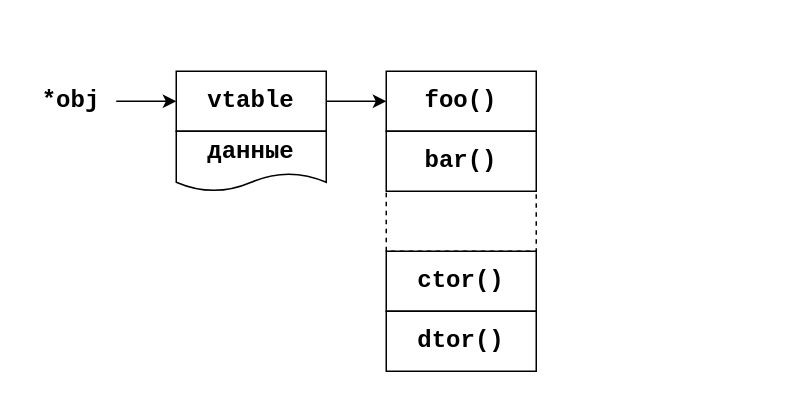
NauEngine/as keeps this draw.io diagram as docs/architecture-vtable.drawio. Above is the earlier version. Source tidied: cells renumbered, new cells numbered last; positions are measured from the earlier drawing's top-left corner, leaving out a move shared by most shapes. Both pictures are drawn from the tidied source at 150%, with x=0, y=0 at pixel (26, 70).
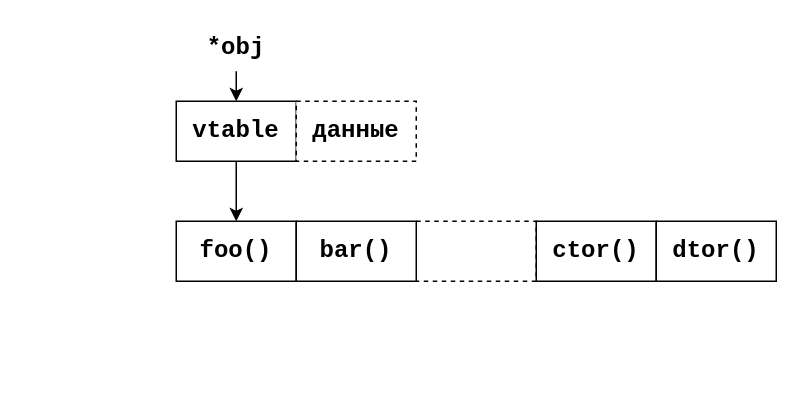
The same page after the edit.

Diff of the diagram source:
```diff
@@
 <mxGraphModel>
   <root>
     <mxCell id="0" />
     <mxCell id="1" parent="0" />
-    <mxCell id="2" style="edgeStyle=orthogonalEdgeStyle;rounded=0;jettySize=auto;html=1;" parent="1" edge="1" source="3" target="5">
+    <mxCell id="2" style="rounded=0;jettySize=auto;html=1;exitX=0.5;exitY=1;exitDx=0;exitDy=0;entryX=0.5;entryY=0;entryDx=0;entryDy=0;" parent="1" edge="1" source="3" target="5">
       <mxGeometry relative="1" as="geometry" />
     </mxCell>
     <mxCell id="3" value="*obj" style="text;html=1;align=center;verticalAlign=middle;whiteSpace=wrap;rounded=0;fontFamily=Courier New;fontStyle=1;fontSize=16;" parent="1" vertex="1">
-      <mxGeometry y="5" width="60" height="30" as="geometry" />
+      <mxGeometry x="110" y="-30" width="60" height="30" as="geometry" />
     </mxCell>
-    <mxCell id="4" style="edgeStyle=orthogonalEdgeStyle;rounded=0;jettySize=auto;html=1;entryX=0;entryY=0.5;entryDx=0;entryDy=0;" parent="1" edge="1" source="5" target="6">
+    <mxCell id="4" style="rounded=0;jettySize=auto;html=1;exitX=0.5;exitY=1;exitDx=0;exitDy=0;entryX=0.5;entryY=0;entryDx=0;entryDy=0;" parent="1" edge="1" source="5" target="6">
       <mxGeometry relative="1" as="geometry" />
     </mxCell>
     <mxCell id="5" value="vtable" style="rounded=0;whiteSpace=wrap;html=1;fontFamily=Courier New;fontSize=16;fontStyle=1;" parent="1" vertex="1">
-      <mxGeometry x="100" width="100" height="40" as="geometry" />
+      <mxGeometry x="100" y="20" width="80" height="40" as="geometry" />
     </mxCell>
     <mxCell id="6" value="foo()" style="rounded=0;whiteSpace=wrap;html=1;fontFamily=Courier New;fontSize=16;fontStyle=1;" parent="1" vertex="1">
-      <mxGeometry x="240" width="100" height="40" as="geometry" />
+      <mxGeometry x="100" y="100" width="80" height="40" as="geometry" />
     </mxCell>
-    <mxCell id="7" value="данные" style="shape=document;whiteSpace=wrap;html=1;boundedLbl=1;fontFamily=Courier New;fontSize=16;fontStyle=1;" parent="1" vertex="1">
-      <mxGeometry x="100" y="40" width="100" height="40" as="geometry" />
-    </mxCell>
     <mxCell id="8" style="rounded=0;whiteSpace=wrap;html=1;fontFamily=Courier New;fontSize=16;fontStyle=1;dashed=1;" parent="1" vertex="1">
-      <mxGeometry x="240" y="80" width="100" height="40" as="geometry" />
+      <mxGeometry x="260" y="100" width="80" height="40" as="geometry" />
     </mxCell>
     <mxCell id="9" value="bar()" style="rounded=0;whiteSpace=wrap;html=1;fontFamily=Courier New;fontSize=16;fontStyle=1;" parent="1" vertex="1">
-      <mxGeometry x="240" y="40" width="100" height="40" as="geometry" />
+      <mxGeometry x="180" y="100" width="80" height="40" as="geometry" />
     </mxCell>
     <mxCell id="10" value="ctor()" style="rounded=0;whiteSpace=wrap;html=1;fontFamily=Courier New;fontSize=16;fontStyle=1;" parent="1" vertex="1">
-      <mxGeometry x="240" y="120" width="100" height="40" as="geometry" />
+      <mxGeometry x="340" y="100" width="80" height="40" as="geometry" />
     </mxCell>
     <mxCell id="11" value="dtor()" style="rounded=0;whiteSpace=wrap;html=1;fontFamily=Courier New;fontSize=16;fontStyle=1;" parent="1" vertex="1">
-      <mxGeometry x="240" y="160" width="100" height="40" as="geometry" />
+      <mxGeometry x="420" y="100" width="80" height="40" as="geometry" />
     </mxCell>
+    <mxCell id="7" value="данные" style="rounded=0;whiteSpace=wrap;html=1;fontFamily=Courier New;fontSize=16;fontStyle=1;dashed=1;" parent="1" vertex="1">
+      <mxGeometry x="180" y="20" width="80" height="40" as="geometry" />
+    </mxCell>
   </root>
 </mxGraphModel>
```
